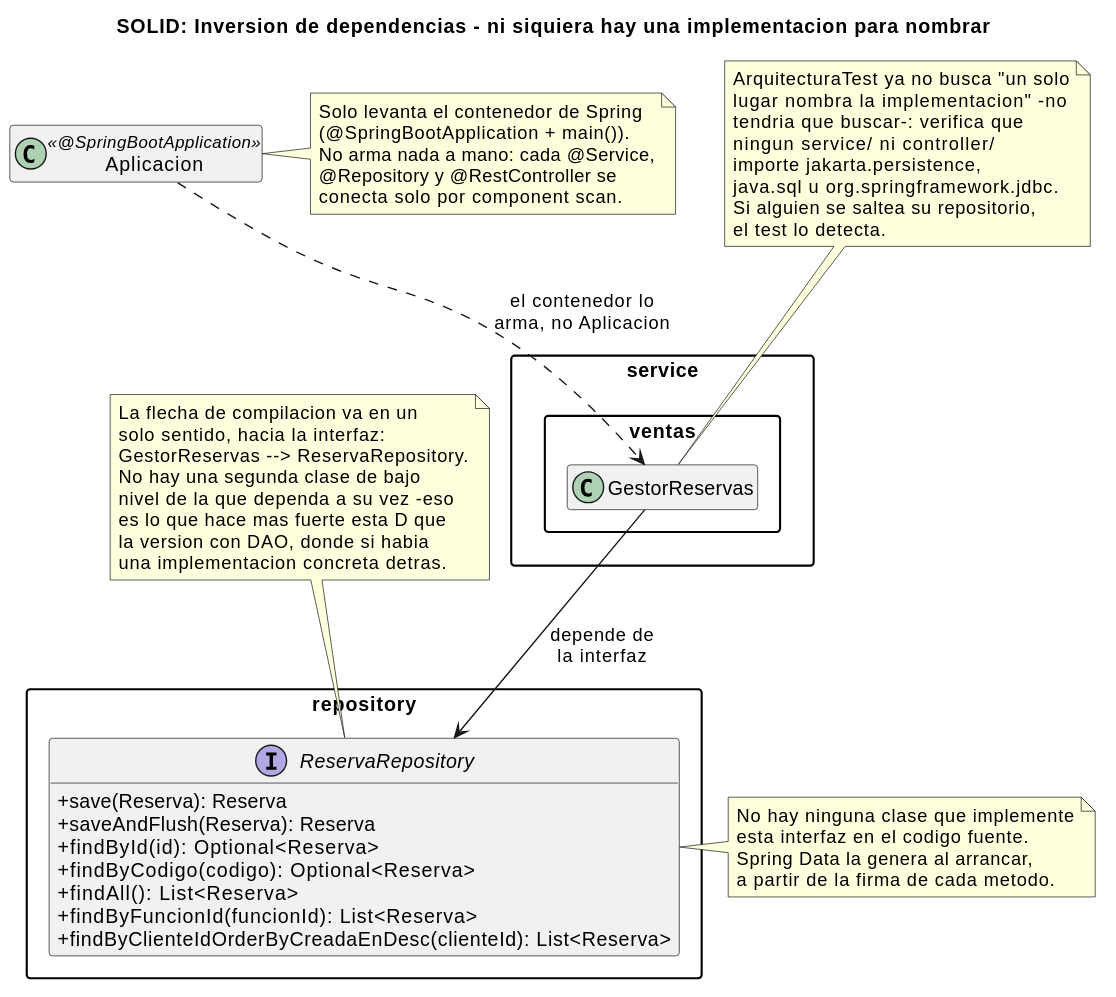
Above: cine-backend/docs/diagramas/solid-dip.svg in andreiveisuade/cine-uade (PlantUML), before the change.
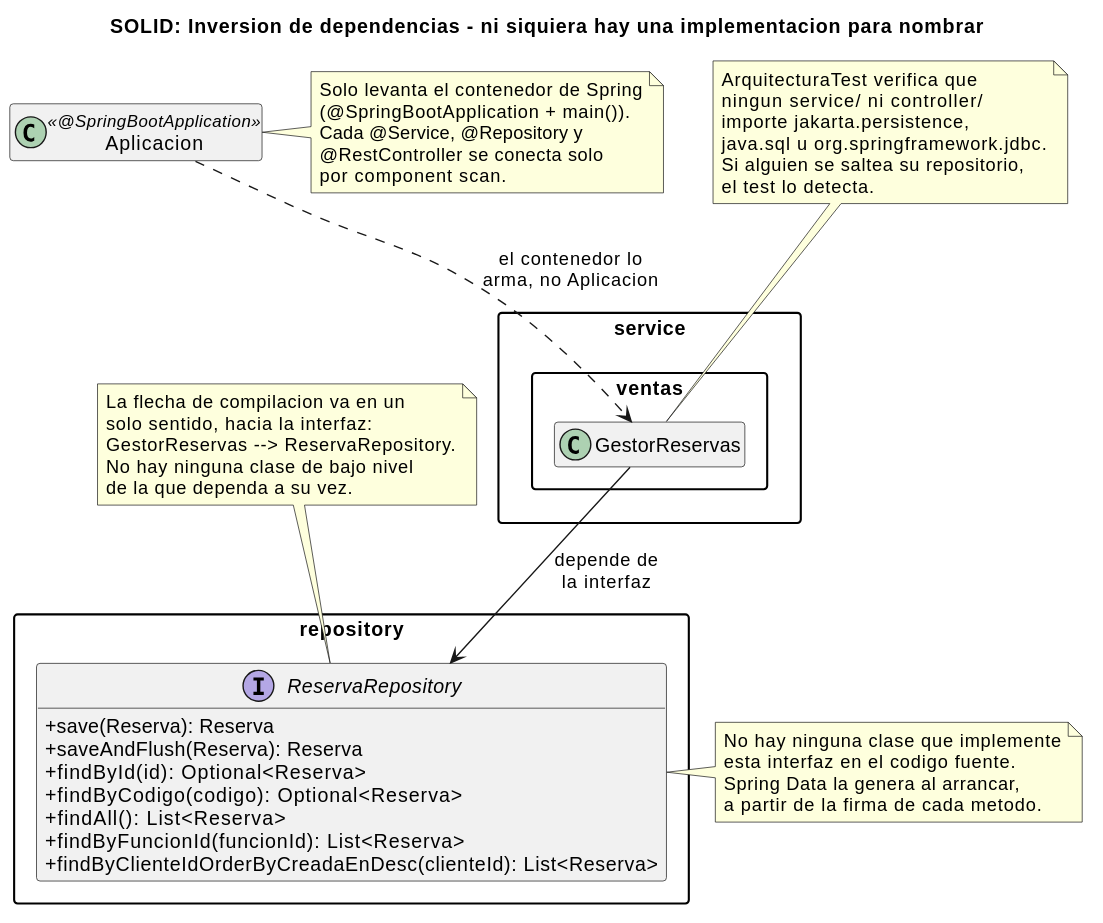
The same file after the commit.

Change to the diagram source:
```diff
@@ -34,9 +34,7 @@
 GestorReservas -down-> ReservaRepository : depende de\nla interfaz
 
 note as N2
-  ArquitecturaTest ya no busca "un solo
-  lugar nombra la implementacion" -no
-  tendria que buscar-: verifica que
+  ArquitecturaTest verifica que
   ningun service/ ni controller/
   importe jakarta.persistence,
   java.sql u org.springframework.jdbc.
@@ -48,9 +46,9 @@
 note right of Aplicacion
   Solo levanta el contenedor de Spring
   (@SpringBootApplication + main()).
-  No arma nada a mano: cada @Service,
-  @Repository y @RestController se
-  conecta solo por component scan.
+  Cada @Service, @Repository y
+  @RestController se conecta solo
+  por component scan.
 end note
 
 Aplicacion ..> GestorReservas : el contenedor lo\narma, no Aplicacion
@@ -59,11 +57,8 @@
   La flecha de compilacion va en un
   solo sentido, hacia la interfaz:
   GestorReservas --> ReservaRepository.
-  No hay una segunda clase de bajo
-  nivel de la que dependa a su vez -eso
-  es lo que hace mas fuerte esta D que
-  la version con DAO, donde si habia
-  una implementacion concreta detras.
+  No hay ninguna clase de bajo nivel
+  de la que dependa a su vez.
 end note
 N1 .. ReservaRepository
 @enduml
```
